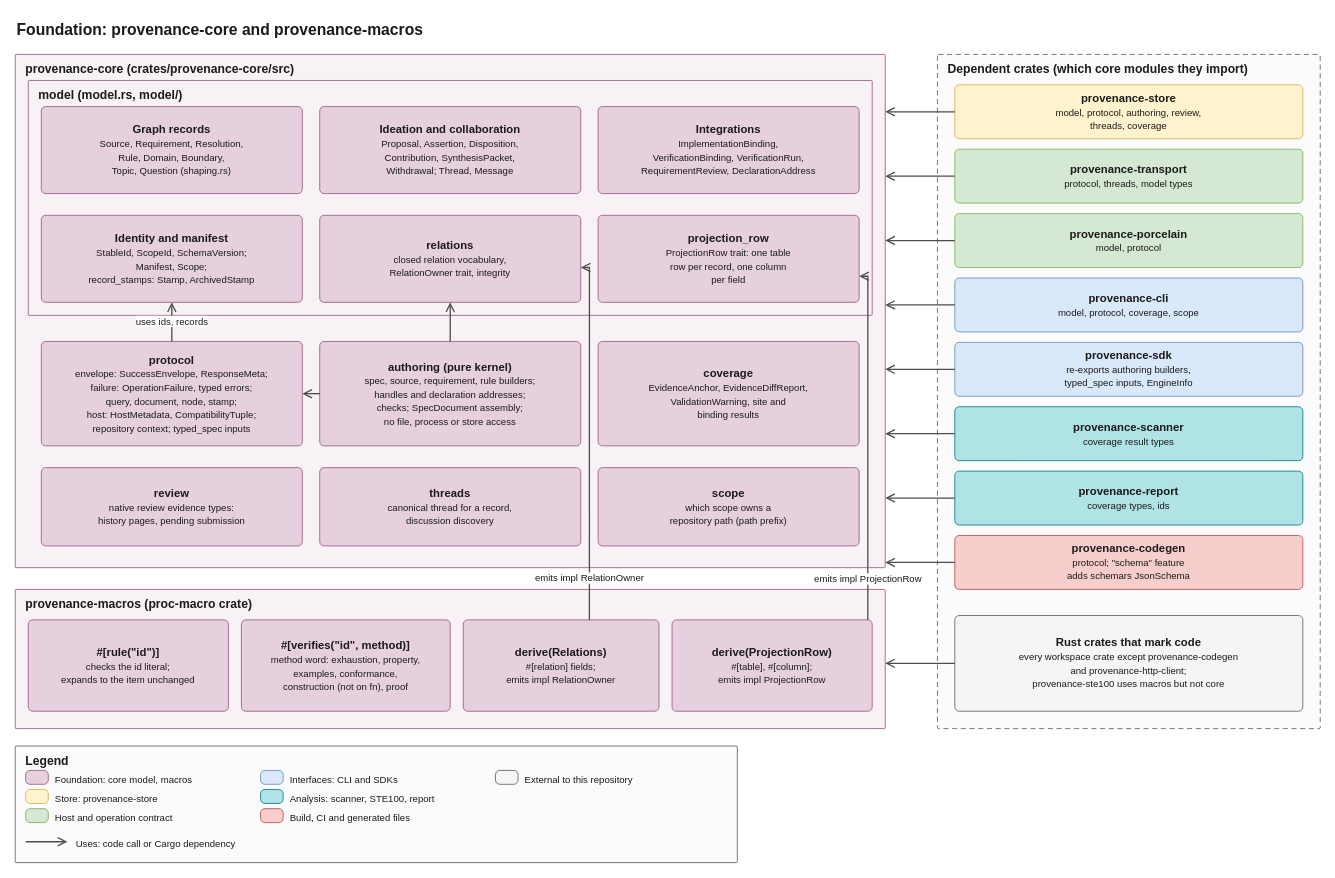
Before: docs/architecture/diagrams/01-core-and-macros.drawio in quality-sh/provenance, a draw.io diagram. Source tidied: cells renumbered, new cells numbered last; positions are measured from the earlier drawing's top-left corner, leaving out a move shared by most shapes. Both pictures are drawn from the tidied source at 87%, with x=0, y=0 at pixel (15, 15).
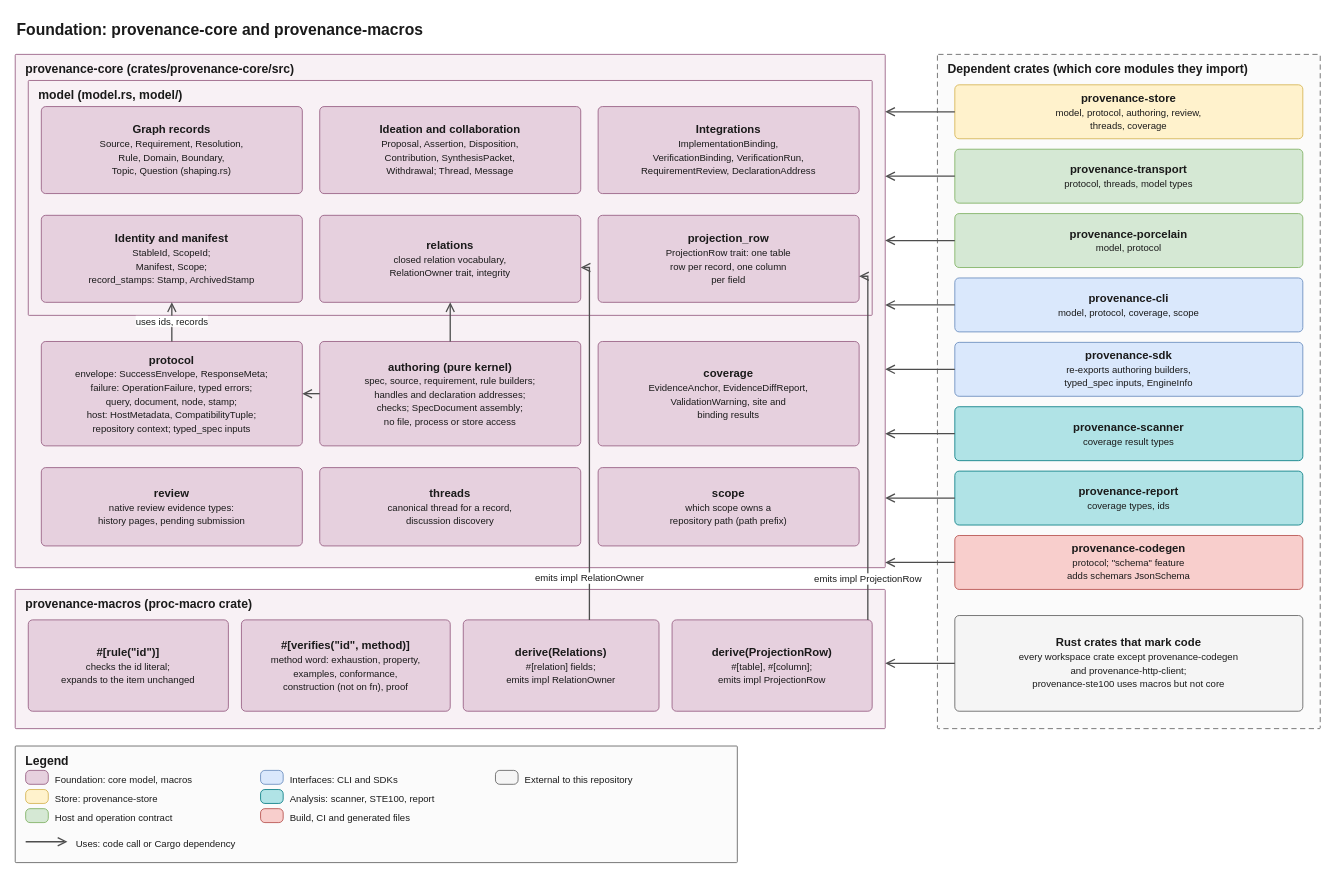
The same page after the edit.

Unchanged cells that the change refers to:
```xml
<mxCell id="4" value="model (model.rs, model/)" style="rounded=1;arcSize=2;absoluteArcSize=1;whiteSpace=wrap;html=1;fillColor=#f8f1f5;strokeColor=#996185;verticalAlign=top;align=left;spacingLeft=10;spacingRight=10;spacingTop=2;fontStyle=1;fontSize=14;fontColor=#1a1a1a;" parent="3" vertex="1">
  <mxGeometry x="15" y="30" width="970" height="270" as="geometry" />
</mxCell>
```

Change to the diagram source:
```diff
@@
-    <mxCell id="8" value="&lt;b&gt;Identity and manifest&lt;/b&gt;&lt;br&gt;&lt;font style=&quot;font-size:11px&quot;&gt;StableId, ScopeId, SchemaVersion;&lt;br&gt;Manifest, Scope;&lt;br&gt;record_stamps: Stamp, ArchivedStamp&lt;/font&gt;" style="rounded=1;arcSize=10;absoluteArcSize=1;whiteSpace=wrap;html=1;fillColor=#e6d0de;strokeColor=#996185;fontSize=13;fontColor=#1a1a1a;verticalAlign=middle;align=center;spacing=4;" parent="4" vertex="1">
+    <mxCell id="8" value="&lt;b&gt;Identity and manifest&lt;/b&gt;&lt;br&gt;&lt;font style=&quot;font-size:11px&quot;&gt;StableId, ScopeId;&lt;br&gt;Manifest, Scope;&lt;br&gt;record_stamps: Stamp, ArchivedStamp&lt;/font&gt;" style="rounded=1;arcSize=10;absoluteArcSize=1;whiteSpace=wrap;html=1;fillColor=#e6d0de;strokeColor=#996185;fontSize=13;fontColor=#1a1a1a;verticalAlign=middle;align=center;spacing=4;" parent="4" vertex="1">
       <mxGeometry x="15" y="155" width="300" height="100" as="geometry" />
     </mxCell>
```
